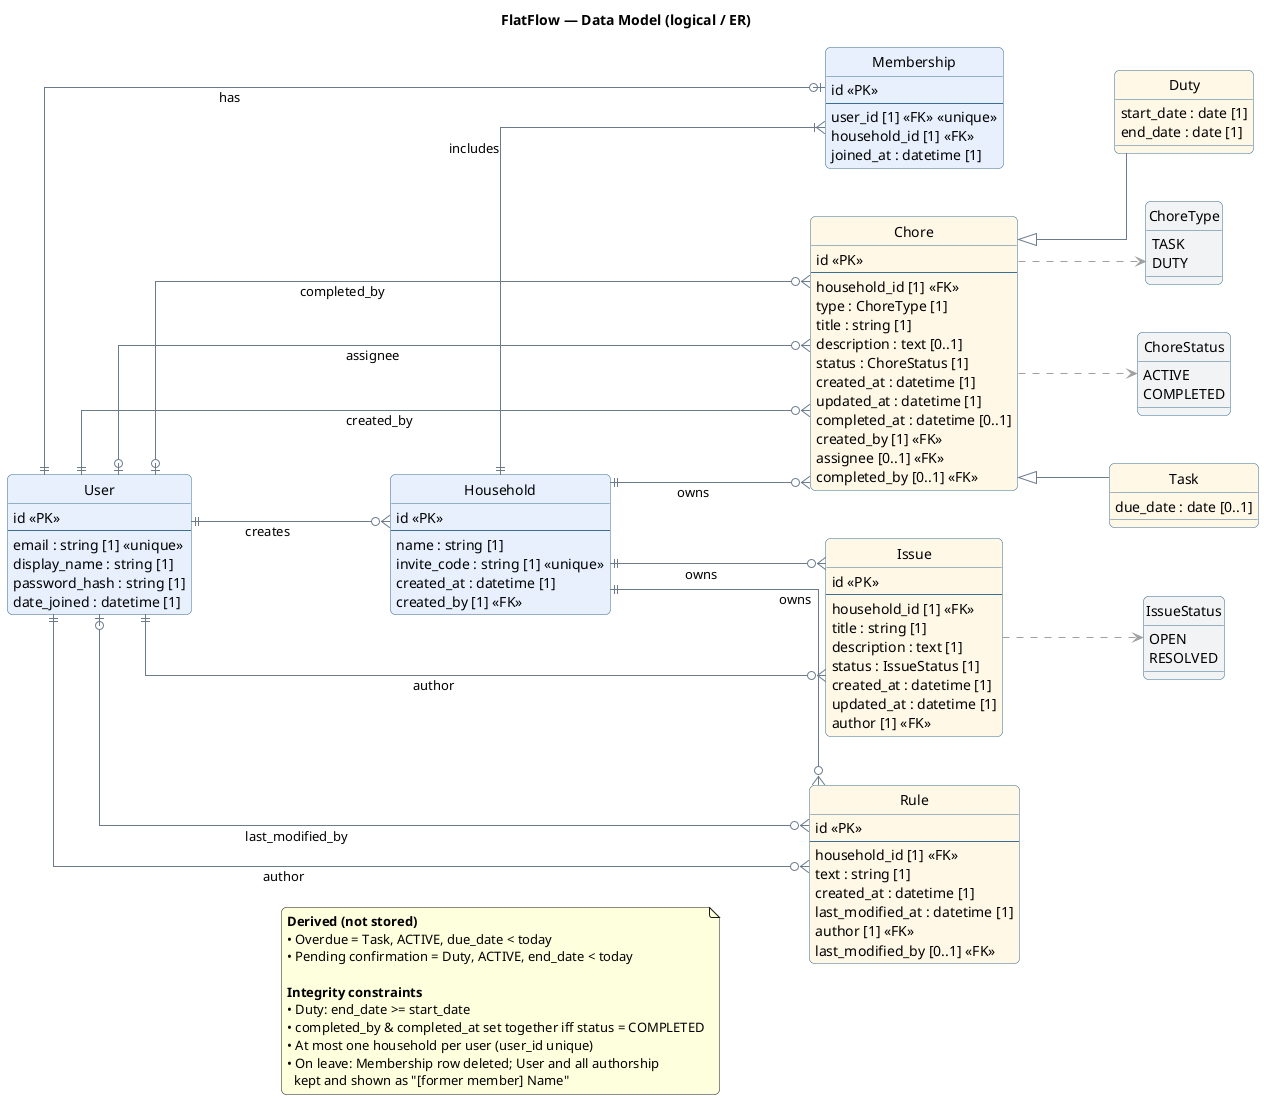
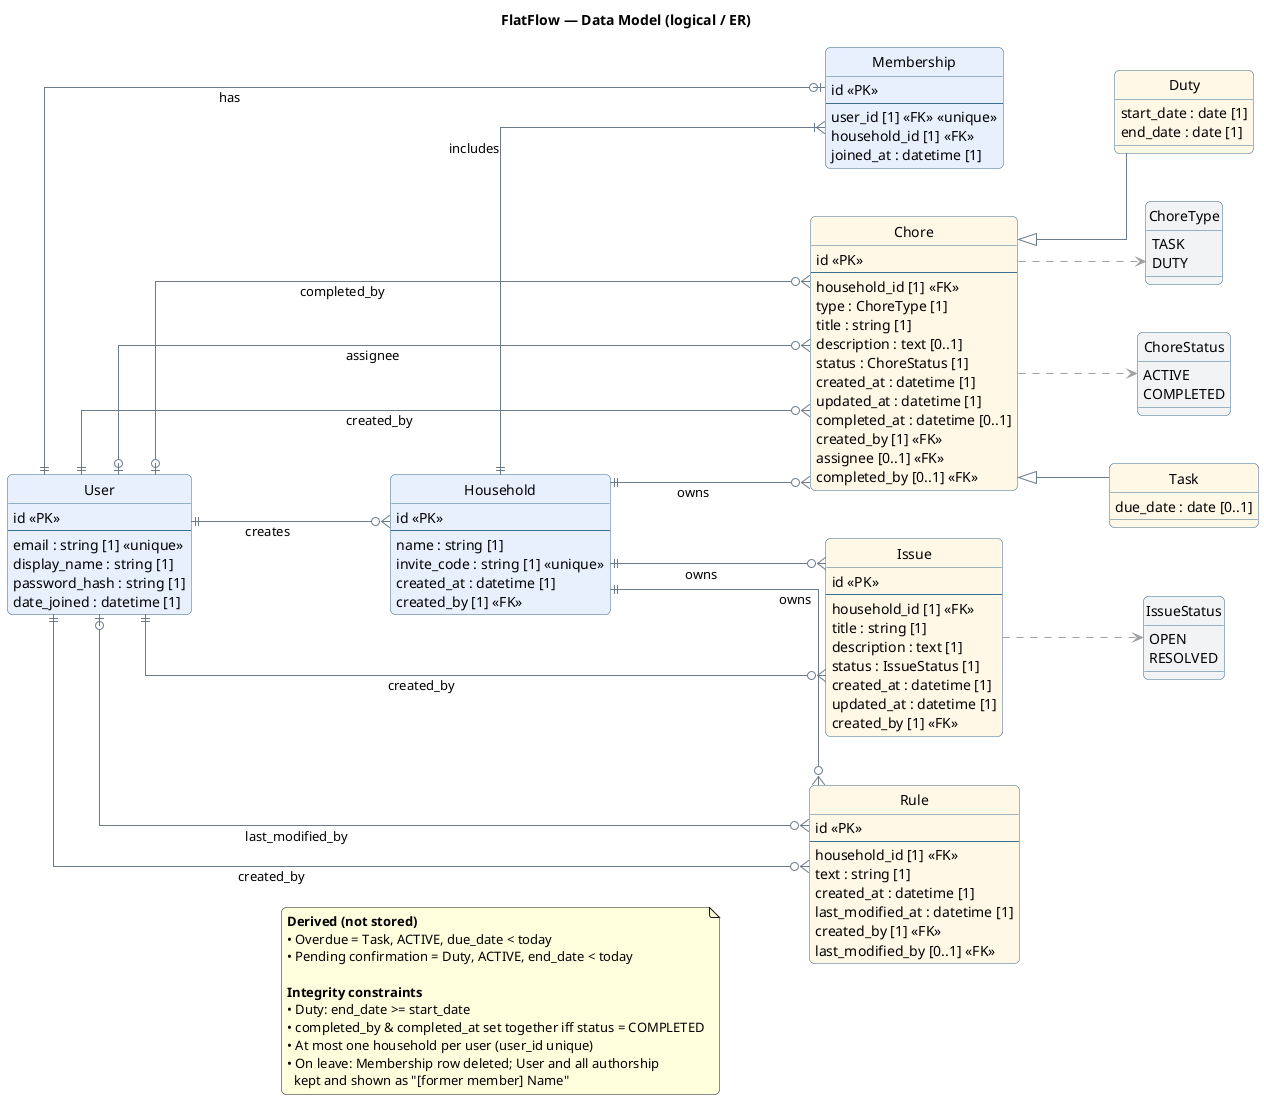
@startuml domain-model
title FlatFlow — Data Model (logical / ER)
left to right direction

' ── Styling (kept intentionally light) ───────────────────────────────
hide circle
skinparam linetype ortho
skinparam shadowing false
skinparam roundcorner 10
skinparam nodesep 48
skinparam ranksep 90
skinparam defaultFontName "Segoe UI"
skinparam class {
  FontStyle bold
  AttributeFontStyle plain
  BorderColor #3C6E91
}
skinparam ArrowColor #6B7B8C
skinparam ArrowThickness 1.0

' ── Identity & membership (blue) ─────────────────────────────────────
entity User #E8F0FE {
  id <<PK>>
  --
  email : string [1] <<unique>>
  display_name : string [1]
  password_hash : string [1]
  date_joined : datetime [1]
}

entity Household #E8F0FE {
  id <<PK>>
  --
  name : string [1]
  invite_code : string [1] <<unique>>
  created_at : datetime [1]
  created_by [1] <<FK>>
}

entity Membership #E8F0FE {
  id <<PK>>
  --
  user_id [1] <<FK>> <<unique>>
  household_id [1] <<FK>>
  joined_at : datetime [1]
}

' ── Household content (amber) ────────────────────────────────────────
entity Chore #FFF8E7 {
  id <<PK>>
  --
  household_id [1] <<FK>>
  type : ChoreType [1]
  title : string [1]
  description : text [0..1]
  status : ChoreStatus [1]
  created_at : datetime [1]
  updated_at : datetime [1]
  completed_at : datetime [0..1]
  created_by [1] <<FK>>
  assignee [0..1] <<FK>>
  completed_by [0..1] <<FK>>
}

entity Task #FFF8E7 {
  due_date : date [0..1]
}

entity Duty #FFF8E7 {
  start_date : date [1]
  end_date : date [1]
}

entity Issue #FFF8E7 {
  id <<PK>>
  --
  household_id [1] <<FK>>
  title : string [1]
  description : text [1]
  status : IssueStatus [1]
  created_at : datetime [1]
  updated_at : datetime [1]
-   author [1] <<FK>>
+   created_by [1] <<FK>>
}

entity Rule #FFF8E7 {
  id <<PK>>
  --
  household_id [1] <<FK>>
  text : string [1]
  created_at : datetime [1]
  last_modified_at : datetime [1]
-   author [1] <<FK>>
+   created_by [1] <<FK>>
  last_modified_by [0..1] <<FK>>
}

' ── Value domains / enums (grey) ─────────────────────────────────────
enum ChoreType #F2F3F5 {
  TASK
  DUTY
}
enum ChoreStatus #F2F3F5 {
  ACTIVE
  COMPLETED
}
enum IssueStatus #F2F3F5 {
  OPEN
  RESOLVED
}

' ── Subtypes — one physical table (single-table inheritance) ─────────
Chore <|-- Task
Chore <|-- Duty

' ── Attribute value domains (anchors the enums near their entity) ────
Chore .[#A0A0A0].> ChoreType
Chore .[#A0A0A0].> ChoreStatus
Issue .[#A0A0A0].> IssueStatus

' ── Relationships (crow's-foot) ──────────────────────────────────────
User      ||--o| Membership : has
Household ||--|{ Membership : includes
Household ||--o{ Chore  : owns
Household ||--o{ Issue  : owns
Household ||--o{ Rule   : owns

User ||--o{ Household : creates
User ||--o{ Chore : created_by
User |o--o{ Chore : assignee
User |o--o{ Chore : completed_by
- User ||--o{ Issue : author
- User ||--o{ Rule  : author
+ User ||--o{ Issue : created_by
+ User ||--o{ Rule  : created_by
User |o--o{ Rule  : last_modified_by

' ── Notes: floating legend (derived attributes + integrity rules) ────
note as N_RULES
  **Derived (not stored)**
  • Overdue = Task, ACTIVE, due_date < today
  • Pending confirmation = Duty, ACTIVE, end_date < today

  **Integrity constraints**
  • Duty: end_date >= start_date
  • completed_by & completed_at set together iff status = COMPLETED
  • At most one household per user (user_id unique)
  • On leave: Membership row deleted; User and all authorship
    kept and shown as "[former member] Name"
end note

' park the legend in the bottom-left corner, below the User hub
User -[hidden]down- N_RULES
@enduml
